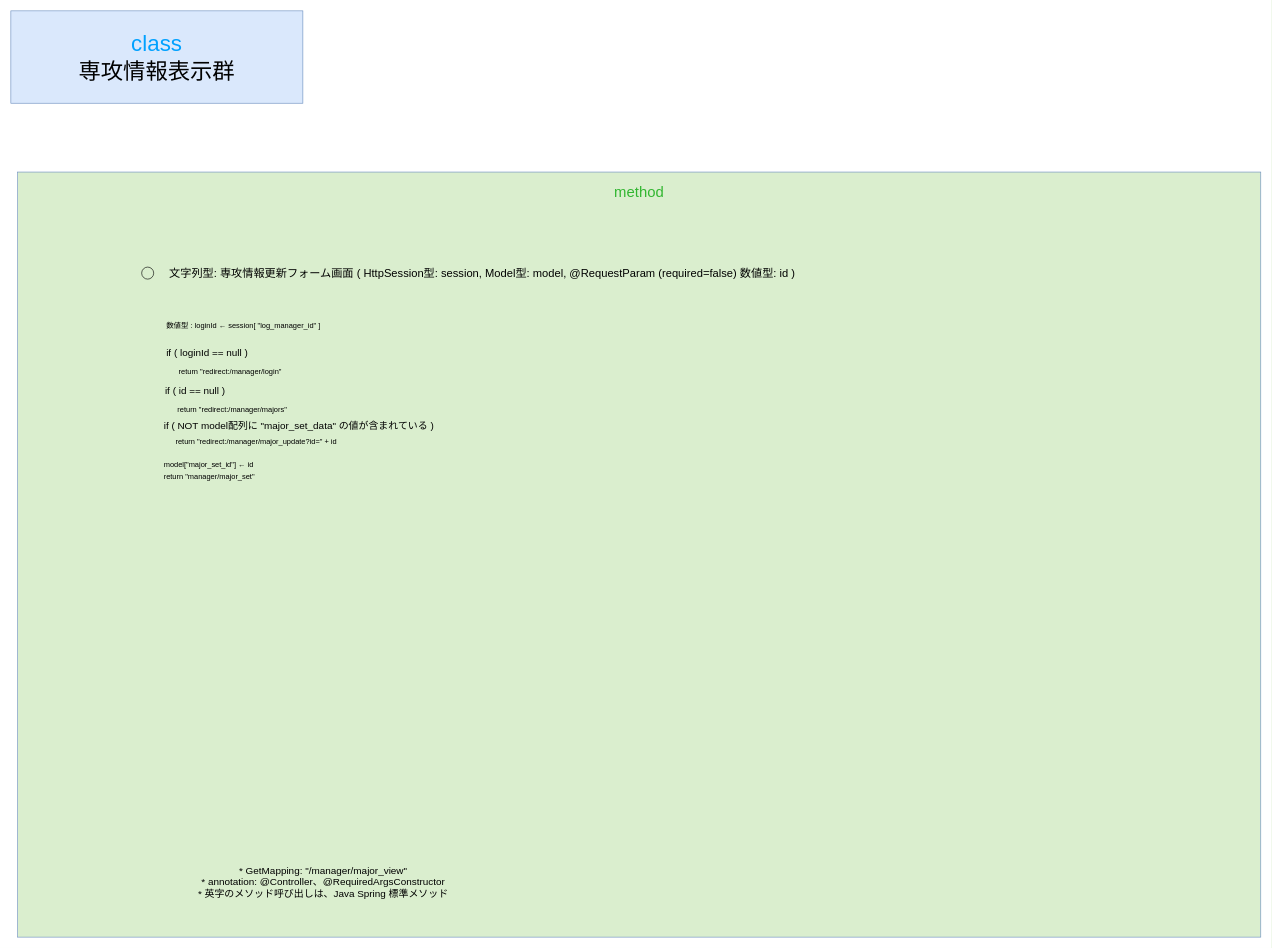
tro319/seiseki_manage_sys keeps this draw.io diagram as gijigengo/controller/view/manager/seiseki_manage_sys controller_view_manager MajorSetViewControllerクラス 疑似言語.drawio. Above is the earlier version. Source tidied: cells renumbered, new cells numbered last; positions are measured from the earlier drawing's top-left corner, leaving out a move shared by most shapes. Both pictures are drawn from the tidied source at 62%, with x=0, y=0 at pixel (11, 11).
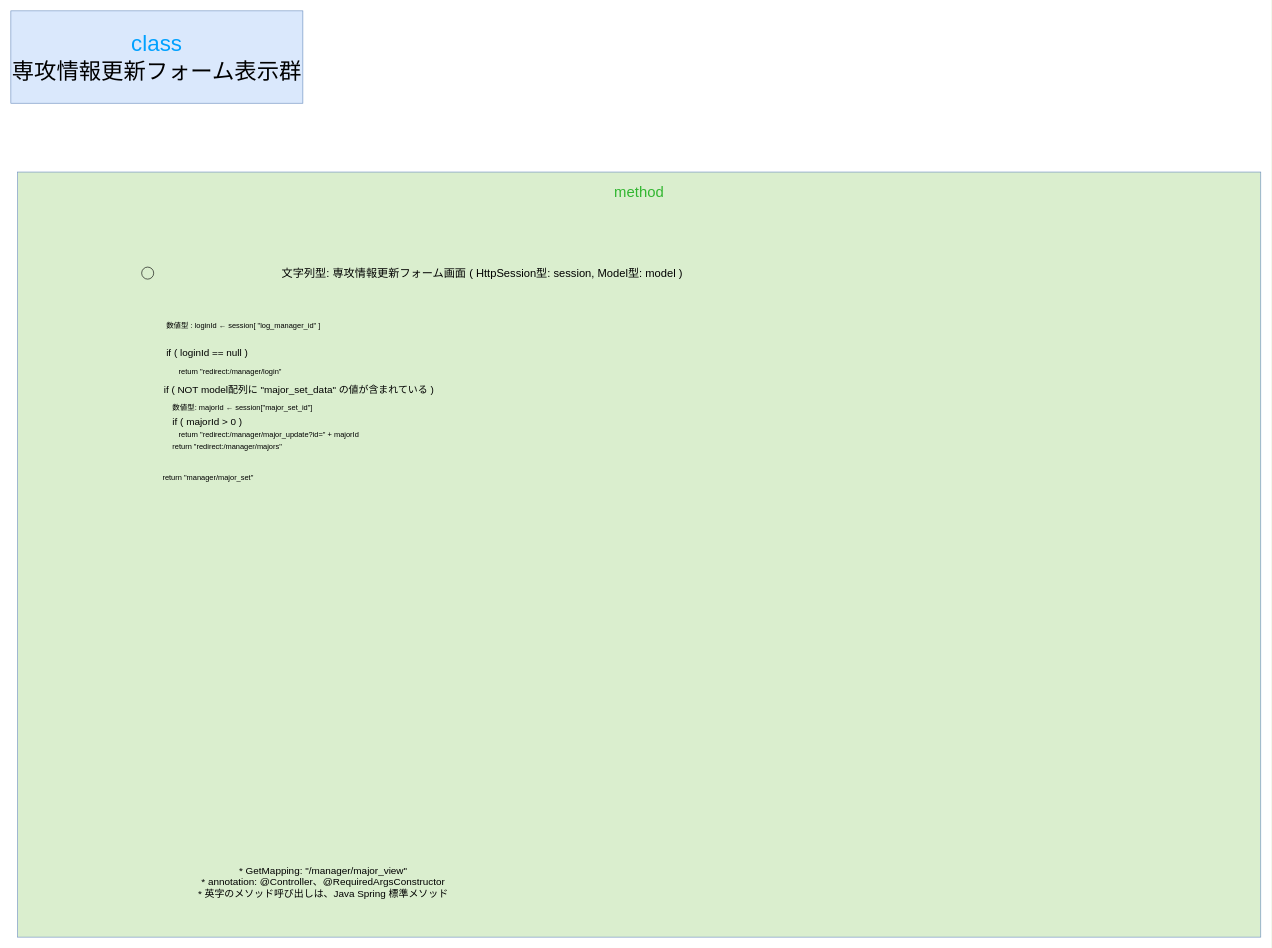
After the change.

What changed in the source:
```diff
@@
 <mxGraphModel>
   <root>
     <mxCell id="0" />
     <mxCell id="1" parent="0" />
-    <mxCell id="2" value="&lt;div&gt;&lt;span style=&quot;color: rgb(0, 161, 255);&quot;&gt;class&lt;/span&gt;&lt;/div&gt;&lt;div&gt;専攻情報表示群&lt;/div&gt;" style="text;html=1;whiteSpace=wrap;strokeColor=#6c8ebf;fillColor=#dae8fc;align=center;verticalAlign=middle;rounded=0;fontSize=36;" parent="1" vertex="1">
+    <mxCell id="2" value="&lt;div&gt;&lt;span style=&quot;color: rgb(0, 161, 255);&quot;&gt;class&lt;/span&gt;&lt;/div&gt;&lt;div&gt;専攻情報更新フォーム表示群&lt;/div&gt;" style="text;html=1;whiteSpace=wrap;strokeColor=#6c8ebf;fillColor=#dae8fc;align=center;verticalAlign=middle;rounded=0;fontSize=36;" parent="1" vertex="1">
       <mxGeometry width="471" height="149" as="geometry" />
     </mxCell>
     <mxCell id="3" value="&lt;div&gt;&lt;font style=&quot;font-size: 24px;&quot;&gt;&lt;span style=&quot;color: rgb(50, 182, 49);&quot;&gt;&lt;span style=&quot;&quot;&gt;&lt;span style=&quot;&quot;&gt;&lt;span&gt;method&lt;/span&gt;&lt;/span&gt;&lt;/span&gt;&lt;/span&gt;&lt;/font&gt;&lt;/div&gt;&lt;div&gt;&lt;font style=&quot;font-size: 24px;&quot;&gt;&lt;span style=&quot;color: rgba(0, 0, 0, 0);&quot;&gt;&lt;span style=&quot;color: rgba(0, 0, 0, 0);&quot;&gt;&lt;span style=&quot;&quot;&gt;&lt;span style=&quot;&quot;&gt;&lt;br&gt;&lt;/span&gt;&lt;/span&gt;&lt;/span&gt;&lt;/span&gt;&lt;/font&gt;&lt;/div&gt;" style="text;html=1;whiteSpace=wrap;strokeColor=#6c8ebf;fillColor=light-dark(#daeece, #214210);align=center;verticalAlign=top;rounded=0;fontSize=36;fontColor=#00A1FF;" parent="1" vertex="1">
       <mxGeometry x="11" y="260" width="2005" height="1234" as="geometry" />
     </mxCell>
     <mxCell id="4" value="&lt;div&gt;&lt;span style=&quot;color: rgb(0, 0, 0);&quot;&gt;&lt;font&gt;数値型 : loginId ←&amp;nbsp;&lt;/font&gt;&lt;/span&gt;&lt;span style=&quot;color: rgb(0, 0, 0);&quot;&gt;&lt;font&gt;session[ &quot;log_manager_id&quot; ]&lt;/font&gt;&lt;/span&gt;&lt;/div&gt;" style="text;html=1;whiteSpace=wrap;strokeColor=none;fillColor=none;align=left;verticalAlign=middle;rounded=0;fontSize=12;" parent="1" vertex="1">
       <mxGeometry x="249" y="493" width="590" height="30" as="geometry" />
     </mxCell>
     <mxCell id="5" value="&lt;div&gt;&lt;span&gt;&lt;span&gt;&lt;span style=&quot;color: rgb(0, 0, 0);&quot;&gt;&lt;font style=&quot;font-size: 16px;&quot;&gt;* GetMapping: &quot;&lt;/font&gt;&lt;/span&gt;&lt;/span&gt;&lt;/span&gt;&lt;font style=&quot;font-size: 16px;&quot;&gt;/manager/major_view&lt;/font&gt;&lt;span&gt;&lt;span&gt;&lt;span style=&quot;color: rgb(0, 0, 0);&quot;&gt;&lt;font style=&quot;font-size: 16px;&quot;&gt;&quot;&lt;/font&gt;&lt;/span&gt;&lt;/span&gt;&lt;/span&gt;&lt;/div&gt;&lt;div&gt;&lt;span&gt;&lt;span&gt;&lt;span style=&quot;color: rgb(0, 0, 0);&quot;&gt;&lt;font style=&quot;font-size: 16px;&quot;&gt;* annotation: &lt;/font&gt;&lt;font style=&quot;font-size: 16px;&quot;&gt;@Controller&lt;/font&gt;&lt;font style=&quot;font-size: 16px;&quot;&gt;、@RequiredArgsConstructor&lt;/font&gt;&lt;/span&gt;&lt;/span&gt;&lt;/span&gt;&lt;/div&gt;&lt;div&gt;&lt;span&gt;&lt;span&gt;&lt;span style=&quot;color: rgb(0, 0, 0);&quot;&gt;&lt;font style=&quot;font-size: 16px;&quot;&gt;* 英字のメソッド呼び出しは、Java Spring 標準メソッド&lt;/font&gt;&lt;/span&gt;&lt;/span&gt;&lt;/span&gt;&lt;/div&gt;" style="text;html=1;whiteSpace=wrap;strokeColor=none;fillColor=none;align=center;verticalAlign=middle;rounded=0;" parent="1" vertex="1">
       <mxGeometry x="209" y="1390" width="590" height="30" as="geometry" />
     </mxCell>
     <mxCell id="6" value="&lt;div align=&quot;left&quot;&gt;&lt;span style=&quot;color: rgb(0, 0, 0);&quot;&gt;&lt;font style=&quot;font-size: 16px;&quot;&gt;if ( loginId == null )&amp;nbsp;&lt;/font&gt;&lt;/span&gt;&lt;/div&gt;" style="text;html=1;whiteSpace=wrap;strokeColor=none;fillColor=none;align=left;verticalAlign=middle;rounded=0;" parent="1" vertex="1">
       <mxGeometry x="249" y="536" width="590" height="30" as="geometry" />
     </mxCell>
     <mxCell id="7" value="return &quot;redirect:/manager/login&quot;" style="text;html=1;whiteSpace=wrap;strokeColor=none;fillColor=none;align=left;verticalAlign=middle;rounded=0;" parent="1" vertex="1">
       <mxGeometry x="269" y="567" width="590" height="30" as="geometry" />
     </mxCell>
-    <mxCell id="8" value="&lt;font style=&quot;font-size: 18px;&quot;&gt;&lt;span&gt;&lt;span&gt;&lt;span style=&quot;color: rgb(0, 0, 0);&quot;&gt;&lt;font&gt;文字列型: 専攻情報更新フォーム画面 ( HttpSession型: session, Model型: model, @RequestParam (required=false) 数値型: id )&lt;/font&gt;&lt;/span&gt;&lt;/span&gt;&lt;/span&gt;&lt;/font&gt;" style="whiteSpace=wrap;html=1;fillColor=none;labelBorderColor=none;strokeColor=none;" parent="1" vertex="1">
+    <mxCell id="8" value="&lt;font style=&quot;font-size: 18px;&quot;&gt;&lt;span&gt;&lt;span&gt;&lt;span style=&quot;color: rgb(0, 0, 0);&quot;&gt;&lt;font&gt;文字列型: 専攻情報更新フォーム画面 ( HttpSession型: session, Model型: model )&lt;/font&gt;&lt;/span&gt;&lt;/span&gt;&lt;/span&gt;&lt;/font&gt;" style="whiteSpace=wrap;html=1;fillColor=none;labelBorderColor=none;strokeColor=none;" parent="1" vertex="1">
       <mxGeometry x="240" y="408" width="1041" height="30" as="geometry" />
     </mxCell>
     <mxCell id="9" value="&amp;nbsp; &amp;nbsp; &amp;nbsp; &amp;nbsp; &amp;nbsp; &amp;nbsp; &amp;nbsp;" style="ellipse;whiteSpace=wrap;html=1;fillColor=none;" parent="1" vertex="1">
       <mxGeometry x="211" y="413.3" width="19.4" height="19.4" as="geometry" />
     </mxCell>
     <mxCell id="10" value="return &quot;manager/major_set&quot;" style="text;html=1;whiteSpace=wrap;strokeColor=none;fillColor=none;align=left;verticalAlign=middle;rounded=0;" parent="1" vertex="1">
-      <mxGeometry x="245" y="737" width="590" height="30" as="geometry" />
+      <mxGeometry x="243" y="738" width="590" height="30" as="geometry" />
     </mxCell>
-    <mxCell id="11" value="return &quot;redirect:/manager/major_update?id=&quot; + id&amp;nbsp;" style="text;html=1;whiteSpace=wrap;strokeColor=none;fillColor=none;align=left;verticalAlign=middle;rounded=0;" parent="1" vertex="1">
-      <mxGeometry x="264" y="680" width="590" height="30" as="geometry" />
+    <mxCell id="11" value="return &quot;redirect:/manager/major_update?id=&quot; + majorId&amp;nbsp;" style="text;html=1;whiteSpace=wrap;strokeColor=none;fillColor=none;align=left;verticalAlign=middle;rounded=0;" parent="1" vertex="1">
+      <mxGeometry x="269" y="669" width="590" height="30" as="geometry" />
     </mxCell>
-    <mxCell id="12" value="&lt;div align=&quot;left&quot;&gt;&lt;span style=&quot;color: rgb(0, 0, 0);&quot;&gt;&lt;font style=&quot;font-size: 16px;&quot;&gt;if ( id == null )&amp;nbsp;&lt;/font&gt;&lt;/span&gt;&lt;/div&gt;" style="text;html=1;whiteSpace=wrap;strokeColor=none;fillColor=none;align=left;verticalAlign=middle;rounded=0;" parent="1" vertex="1">
-      <mxGeometry x="247" y="597" width="590" height="30" as="geometry" />
-    </mxCell>
+    <mxCell id="14" value="&lt;div align=&quot;left&quot;&gt;&lt;span style=&quot;color: rgb(0, 0, 0);&quot;&gt;&lt;font style=&quot;font-size: 16px;&quot;&gt;if ( NOT model配列に &quot;major_set_data&quot; の値が含まれている )&amp;nbsp;&lt;/font&gt;&lt;/span&gt;&lt;/div&gt;" style="text;html=1;whiteSpace=wrap;strokeColor=none;fillColor=none;align=left;verticalAlign=middle;rounded=0;" parent="1" vertex="1">
+      <mxGeometry x="245" y="596" width="590" height="30" as="geometry" />
+    </mxCell>
+    <mxCell id="16" value="数値型: majorId ← session[&quot;major_set_id&quot;]" style="text;html=1;whiteSpace=wrap;strokeColor=none;fillColor=none;align=left;verticalAlign=middle;rounded=0;" parent="1" vertex="1">
+      <mxGeometry x="259" y="626" width="590" height="30" as="geometry" />
+    </mxCell>
+    <mxCell id="17" value="&lt;div align=&quot;left&quot;&gt;&lt;span style=&quot;color: rgb(0, 0, 0);&quot;&gt;&lt;font style=&quot;font-size: 16px;&quot;&gt;if ( majorId &amp;gt; 0 )&amp;nbsp;&lt;/font&gt;&lt;/span&gt;&lt;/div&gt;" style="text;html=1;whiteSpace=wrap;strokeColor=none;fillColor=none;align=left;verticalAlign=middle;rounded=0;" parent="1" vertex="1">
+      <mxGeometry x="259" y="647" width="590" height="30" as="geometry" />
+    </mxCell>
-    <mxCell id="13" value="return &quot;redirect:/manager/majors&quot;" style="text;html=1;whiteSpace=wrap;strokeColor=none;fillColor=none;align=left;verticalAlign=middle;rounded=0;" parent="1" vertex="1">
-      <mxGeometry x="267" y="628" width="590" height="30" as="geometry" />
+    <mxCell id="13" value="return &quot;redirect:/manager/majors&quot;&amp;nbsp;" style="text;html=1;whiteSpace=wrap;strokeColor=none;fillColor=none;align=left;verticalAlign=middle;rounded=0;" parent="1" vertex="1">
+      <mxGeometry x="259" y="688" width="590" height="30" as="geometry" />
     </mxCell>
-    <mxCell id="14" value="&lt;div align=&quot;left&quot;&gt;&lt;span style=&quot;color: rgb(0, 0, 0);&quot;&gt;&lt;font style=&quot;font-size: 16px;&quot;&gt;if ( NOT model配列に &quot;major_set_data&quot; の値が含まれている )&amp;nbsp;&lt;/font&gt;&lt;/span&gt;&lt;/div&gt;" style="text;html=1;whiteSpace=wrap;strokeColor=none;fillColor=none;align=left;verticalAlign=middle;rounded=0;" parent="1" vertex="1">
-      <mxGeometry x="245" y="654" width="590" height="30" as="geometry" />
-    </mxCell>
-    <mxCell id="15" value="model[&quot;major_set_id&quot;] ← id" style="text;html=1;whiteSpace=wrap;strokeColor=none;fillColor=none;align=left;verticalAlign=middle;rounded=0;" parent="1" vertex="1">
-      <mxGeometry x="245" y="717" width="590" height="30" as="geometry" />
-    </mxCell>
   </root>
 </mxGraphModel>
```
